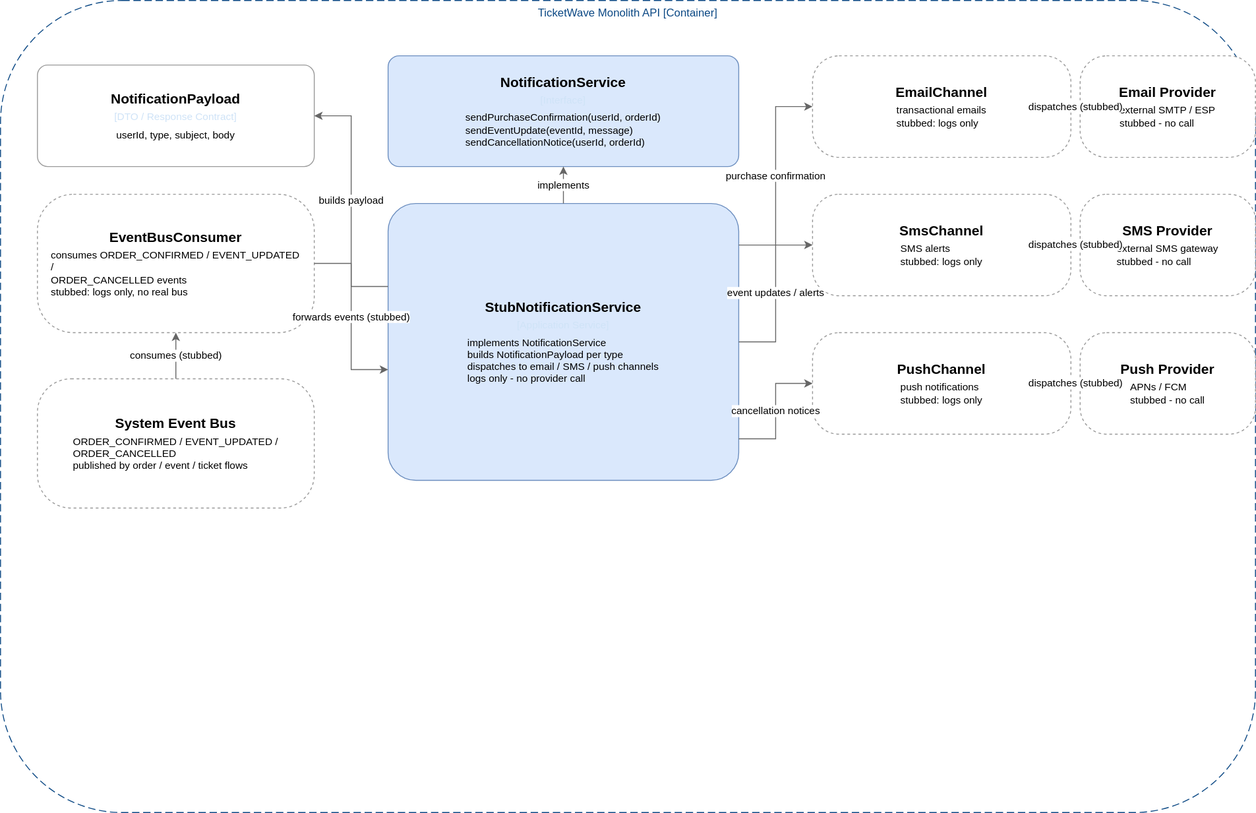
Juanchoque1206/soe-TicketWave keeps this draw.io diagram as diagrams/c4model/ticketwave-c3-notifications-service.drawio.svg. Above is the earlier version. Source tidied: cells renumbered, new cells last; positions are measured from the earlier drawing's top-left corner, leaving out a move shared by most shapes.
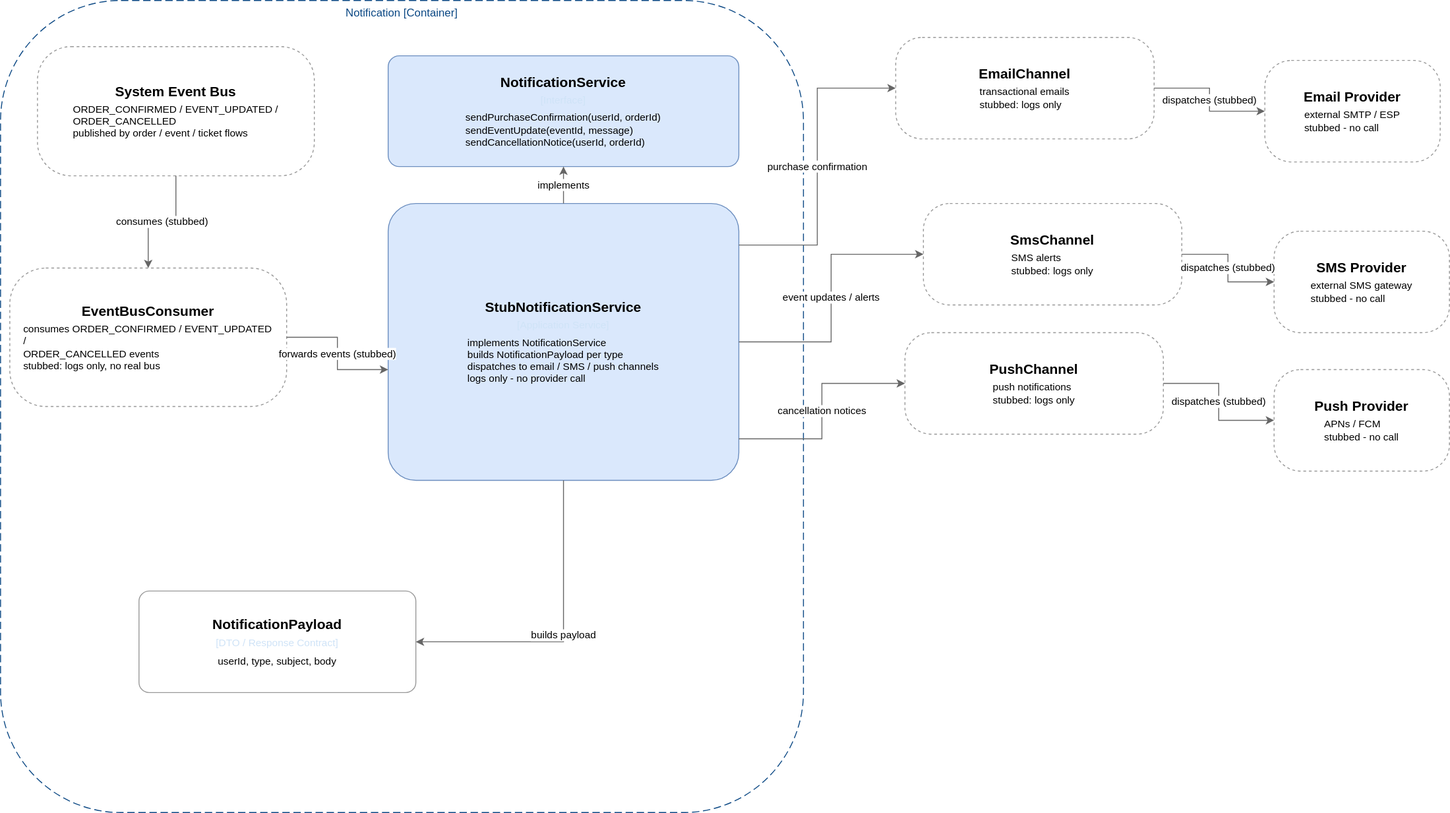
After the change.

Change to the diagram source:
```diff
@@ -2,17 +2,17 @@
   <root>
     <mxCell id="0" />
     <mxCell id="1" parent="0" />
-    <mxCell id="2" value="TicketWave Monolith API [Container]" style="group;rounded=1;whiteSpace=wrap;html=1;dashed=1;strokeColor=#0b4884;fillColor=none;fontColor=#0b4884;dashPattern=8 4;" parent="1" vertex="1">
-      <mxGeometry width="1360" height="880" as="geometry" />
+    <mxCell id="2" value="Notification&amp;nbsp;[Container]" style="group;rounded=1;whiteSpace=wrap;html=1;dashed=1;strokeColor=#0b4884;fillColor=none;fontColor=#0b4884;dashPattern=8 4;" parent="1" vertex="1">
+      <mxGeometry width="870" height="880" as="geometry" />
     </mxCell>
     <mxCell id="3" value="&lt;div style=&quot;border-color: rgb(218, 220, 224); font-size: 15px; font-weight: bold; margin-bottom: 4px;&quot;&gt;NotificationPayload&lt;/div&gt;&lt;div style=&quot;border-color: rgb(218, 220, 224); font-size: 11px; color: rgb(207, 227, 247); margin-bottom: 6px;&quot;&gt;[DTO / Response Contract]&lt;/div&gt;&lt;div style=&quot;border-color: rgb(218, 220, 224); font-size: 11px; text-align: left; padding: 0px 14px;&quot;&gt;userId, type, subject, body&lt;/div&gt;" style="rounded=1;whiteSpace=wrap;html=1;fillColor=#ffffff;strokeColor=#999999;arcSize=10;" parent="1" vertex="1">
-      <mxGeometry x="40" y="70" width="300" height="110" as="geometry" />
+      <mxGeometry x="150" y="640" width="300" height="110" as="geometry" />
     </mxCell>
     <mxCell id="4" value="&lt;div style=&quot;border-color: rgb(218, 220, 224); font-size: 15px; font-weight: bold; margin-bottom: 4px;&quot;&gt;EventBusConsumer&lt;/div&gt;&lt;div style=&quot;border-color: rgb(218, 220, 224); font-size: 11px; text-align: left; padding: 0px 14px;&quot;&gt;consumes ORDER_CONFIRMED / EVENT_UPDATED /&lt;/div&gt;&lt;div style=&quot;border-color: rgb(218, 220, 224); font-size: 11px; text-align: left; padding: 0px 14px;&quot;&gt;ORDER_CANCELLED events&lt;/div&gt;&lt;div style=&quot;border-color: rgb(218, 220, 224); font-size: 11px; text-align: left; padding: 0px 14px;&quot;&gt;stubbed: logs only, no real bus&lt;/div&gt;" style="rounded=1;whiteSpace=wrap;html=1;fillColor=#ffffff;strokeColor=#999999;dashed=1;arcSize=26;" parent="1" vertex="1">
-      <mxGeometry x="40" y="210" width="300" height="150" as="geometry" />
+      <mxGeometry x="10" y="290" width="300" height="150" as="geometry" />
     </mxCell>
     <mxCell id="5" value="&lt;div style=&quot;border-color: rgb(218, 220, 224); font-size: 15px; font-weight: bold; margin-bottom: 4px;&quot;&gt;System Event Bus&lt;/div&gt;&lt;div style=&quot;border-color: rgb(218, 220, 224); font-size: 11px; text-align: left; padding: 0px 14px;&quot;&gt;ORDER_CONFIRMED / EVENT_UPDATED /&lt;/div&gt;&lt;div style=&quot;border-color: rgb(218, 220, 224); font-size: 11px; text-align: left; padding: 0px 14px;&quot;&gt;ORDER_CANCELLED&lt;/div&gt;&lt;div style=&quot;border-color: rgb(218, 220, 224); font-size: 11px; text-align: left; padding: 0px 14px;&quot;&gt;published by order / event / ticket flows&lt;/div&gt;" style="rounded=1;whiteSpace=wrap;html=1;fillColor=#ffffff;strokeColor=#999999;dashed=1;arcSize=26;" parent="1" vertex="1">
-      <mxGeometry x="40" y="410" width="300" height="140" as="geometry" />
+      <mxGeometry x="40" y="50" width="300" height="140" as="geometry" />
     </mxCell>
     <mxCell id="6" value="&lt;div style=&quot;border-color: rgb(218, 220, 224); font-size: 15px; font-weight: bold; margin-bottom: 4px;&quot;&gt;NotificationService&lt;/div&gt;&lt;div style=&quot;border-color: rgb(218, 220, 224); font-size: 11px; color: rgb(207, 227, 247); margin-bottom: 6px;&quot;&gt;[Interface]&lt;/div&gt;&lt;div style=&quot;border-color: rgb(218, 220, 224); font-size: 11px; text-align: left; padding: 0px 14px;&quot;&gt;sendPurchaseConfirmation(userId, orderId)&lt;/div&gt;&lt;div style=&quot;border-color: rgb(218, 220, 224); font-size: 11px; text-align: left; padding: 0px 14px;&quot;&gt;sendEventUpdate(eventId, message)&lt;/div&gt;&lt;div style=&quot;border-color: rgb(218, 220, 224); font-size: 11px; text-align: left; padding: 0px 14px;&quot;&gt;sendCancellationNotice(userId, orderId)&lt;/div&gt;" style="rounded=1;whiteSpace=wrap;html=1;fillColor=#dae8fc;strokeColor=#6c8ebf;arcSize=10;" parent="1" vertex="1">
       <mxGeometry x="420" y="60" width="380" height="120" as="geometry" />
@@ -21,33 +21,33 @@
       <mxGeometry x="420" y="220" width="380" height="300" as="geometry" />
     </mxCell>
     <mxCell id="8" value="&lt;div style=&quot;border-color: rgb(218, 220, 224); font-size: 15px; font-weight: bold; margin-bottom: 4px;&quot;&gt;EmailChannel&lt;/div&gt;&lt;div style=&quot;border-color: rgb(218, 220, 224); font-size: 11px; text-align: left; padding: 0px 14px;&quot;&gt;transactional emails&lt;/div&gt;&lt;div style=&quot;border-color: rgb(218, 220, 224); font-size: 11px; text-align: left; padding: 0px 14px;&quot;&gt;stubbed: logs only&lt;/div&gt;" style="rounded=1;whiteSpace=wrap;html=1;fillColor=#ffffff;strokeColor=#999999;dashed=1;arcSize=26;" parent="1" vertex="1">
-      <mxGeometry x="880" y="60" width="280" height="110" as="geometry" />
+      <mxGeometry x="970" y="40" width="280" height="110" as="geometry" />
     </mxCell>
     <mxCell id="9" value="&lt;div style=&quot;border-color: rgb(218, 220, 224); font-size: 15px; font-weight: bold; margin-bottom: 4px;&quot;&gt;SmsChannel&lt;/div&gt;&lt;div style=&quot;border-color: rgb(218, 220, 224); font-size: 11px; text-align: left; padding: 0px 14px;&quot;&gt;SMS alerts&lt;/div&gt;&lt;div style=&quot;border-color: rgb(218, 220, 224); font-size: 11px; text-align: left; padding: 0px 14px;&quot;&gt;stubbed: logs only&lt;/div&gt;" style="rounded=1;whiteSpace=wrap;html=1;fillColor=#ffffff;strokeColor=#999999;dashed=1;arcSize=26;" parent="1" vertex="1">
-      <mxGeometry x="880" y="210" width="280" height="110" as="geometry" />
+      <mxGeometry x="1000" y="220" width="280" height="110" as="geometry" />
     </mxCell>
     <mxCell id="10" value="&lt;div style=&quot;border-color: rgb(218, 220, 224); font-size: 15px; font-weight: bold; margin-bottom: 4px;&quot;&gt;PushChannel&lt;/div&gt;&lt;div style=&quot;border-color: rgb(218, 220, 224); font-size: 11px; text-align: left; padding: 0px 14px;&quot;&gt;push notifications&lt;/div&gt;&lt;div style=&quot;border-color: rgb(218, 220, 224); font-size: 11px; text-align: left; padding: 0px 14px;&quot;&gt;stubbed: logs only&lt;/div&gt;" style="rounded=1;whiteSpace=wrap;html=1;fillColor=#ffffff;strokeColor=#999999;dashed=1;arcSize=26;" parent="1" vertex="1">
-      <mxGeometry x="880" y="360" width="280" height="110" as="geometry" />
+      <mxGeometry x="980" y="360" width="280" height="110" as="geometry" />
     </mxCell>
     <mxCell id="11" value="&lt;div style=&quot;border-color: rgb(218, 220, 224); font-size: 15px; font-weight: bold; margin-bottom: 4px;&quot;&gt;Email Provider&lt;/div&gt;&lt;div style=&quot;border-color: rgb(218, 220, 224); font-size: 11px; text-align: left; padding: 0px 14px;&quot;&gt;external SMTP / ESP&lt;/div&gt;&lt;div style=&quot;border-color: rgb(218, 220, 224); font-size: 11px; text-align: left; padding: 0px 14px;&quot;&gt;stubbed - no call&lt;/div&gt;" style="rounded=1;whiteSpace=wrap;html=1;fillColor=#ffffff;strokeColor=#999999;dashed=1;arcSize=26;" parent="1" vertex="1">
-      <mxGeometry x="1170" y="60" width="190" height="110" as="geometry" />
+      <mxGeometry x="1370" y="65" width="190" height="110" as="geometry" />
     </mxCell>
     <mxCell id="12" value="&lt;div style=&quot;border-color: rgb(218, 220, 224); font-size: 15px; font-weight: bold; margin-bottom: 4px;&quot;&gt;SMS Provider&lt;/div&gt;&lt;div style=&quot;border-color: rgb(218, 220, 224); font-size: 11px; text-align: left; padding: 0px 14px;&quot;&gt;external SMS gateway&lt;/div&gt;&lt;div style=&quot;border-color: rgb(218, 220, 224); font-size: 11px; text-align: left; padding: 0px 14px;&quot;&gt;stubbed - no call&lt;/div&gt;" style="rounded=1;whiteSpace=wrap;html=1;fillColor=#ffffff;strokeColor=#999999;dashed=1;arcSize=26;" parent="1" vertex="1">
-      <mxGeometry x="1170" y="210" width="190" height="110" as="geometry" />
+      <mxGeometry x="1380" y="250" width="190" height="110" as="geometry" />
     </mxCell>
     <mxCell id="13" value="&lt;div style=&quot;border-color: rgb(218, 220, 224); font-size: 15px; font-weight: bold; margin-bottom: 4px;&quot;&gt;Push Provider&lt;/div&gt;&lt;div style=&quot;border-color: rgb(218, 220, 224); font-size: 11px; text-align: left; padding: 0px 14px;&quot;&gt;APNs / FCM&lt;/div&gt;&lt;div style=&quot;border-color: rgb(218, 220, 224); font-size: 11px; text-align: left; padding: 0px 14px;&quot;&gt;stubbed - no call&lt;/div&gt;" style="rounded=1;whiteSpace=wrap;html=1;fillColor=#ffffff;strokeColor=#999999;dashed=1;arcSize=26;" parent="1" vertex="1">
-      <mxGeometry x="1170" y="360" width="190" height="110" as="geometry" />
+      <mxGeometry x="1380" y="400" width="190" height="110" as="geometry" />
     </mxCell>
     <mxCell id="14" value="implements" style="edgeStyle=orthogonalEdgeStyle;rounded=0;html=1;strokeColor=#666666;exitX=0.5;exitY=0;entryX=0.5;entryY=1;" parent="1" edge="1" source="7" target="6">
       <mxGeometry relative="1" as="geometry" />
     </mxCell>
-    <mxCell id="15" value="builds payload" style="edgeStyle=orthogonalEdgeStyle;rounded=0;html=1;strokeColor=#666666;exitX=0;exitY=0.3;entryX=1;entryY=0.5;" parent="1" edge="1" source="7" target="3">
+    <mxCell id="15" value="builds payload" style="edgeStyle=orthogonalEdgeStyle;rounded=0;html=1;strokeColor=#666666;exitX=0.5;exitY=1;entryX=1;entryY=0.5;exitDx=0;exitDy=0;" parent="1" edge="1" source="7" target="3">
       <mxGeometry relative="1" as="geometry" />
     </mxCell>
     <mxCell id="16" value="forwards events (stubbed)" style="edgeStyle=orthogonalEdgeStyle;rounded=0;html=1;strokeColor=#666666;exitX=1;exitY=0.5;entryX=0;entryY=0.6;" parent="1" edge="1" source="4" target="7">
       <mxGeometry relative="1" as="geometry" />
     </mxCell>
-    <mxCell id="17" value="consumes (stubbed)" style="edgeStyle=orthogonalEdgeStyle;rounded=0;html=1;strokeColor=#666666;exitX=0.5;exitY=0;entryX=0.5;entryY=1;" parent="1" edge="1" source="5" target="4">
+    <mxCell id="17" value="consumes (stubbed)" style="edgeStyle=orthogonalEdgeStyle;rounded=0;html=1;strokeColor=#666666;exitX=0.5;exitY=1;entryX=0.5;entryY=0;entryDx=0;entryDy=0;exitDx=0;exitDy=0;" parent="1" edge="1" source="5" target="4">
       <mxGeometry relative="1" as="geometry" />
     </mxCell>
     <mxCell id="18" value="purchase confirmation" style="edgeStyle=orthogonalEdgeStyle;rounded=0;html=1;strokeColor=#666666;exitX=1;exitY=0.15;entryX=0;entryY=0.5;" parent="1" edge="1" source="7" target="8">
@@ -65,7 +65,7 @@
     <mxCell id="22" value="dispatches (stubbed)" style="edgeStyle=orthogonalEdgeStyle;rounded=0;html=1;strokeColor=#666666;exitX=1;exitY=0.5;entryX=0;entryY=0.5;" parent="1" edge="1" source="9" target="12">
       <mxGeometry relative="1" as="geometry" />
     </mxCell>
-    <mxCell id="23" value="dispatches (stubbed)" style="edgeStyle=orthogonalEdgeStyle;rounded=0;html=1;strokeColor=#666666;exitX=1;exitY=0.5;entryX=0;entryY=0.5;" parent="1" edge="1" source="10" target="13">
+    <mxCell id="23" value="dispatches (stubbed)" style="edgeStyle=orthogonalEdgeStyle;rounded=0;html=1;strokeColor=#666666;exitX=1;exitY=0.5;entryX=0;entryY=0.5;entryDx=0;entryDy=0;exitDx=0;exitDy=0;" parent="1" edge="1" source="10" target="13">
       <mxGeometry relative="1" as="geometry" />
     </mxCell>
   </root>
```
